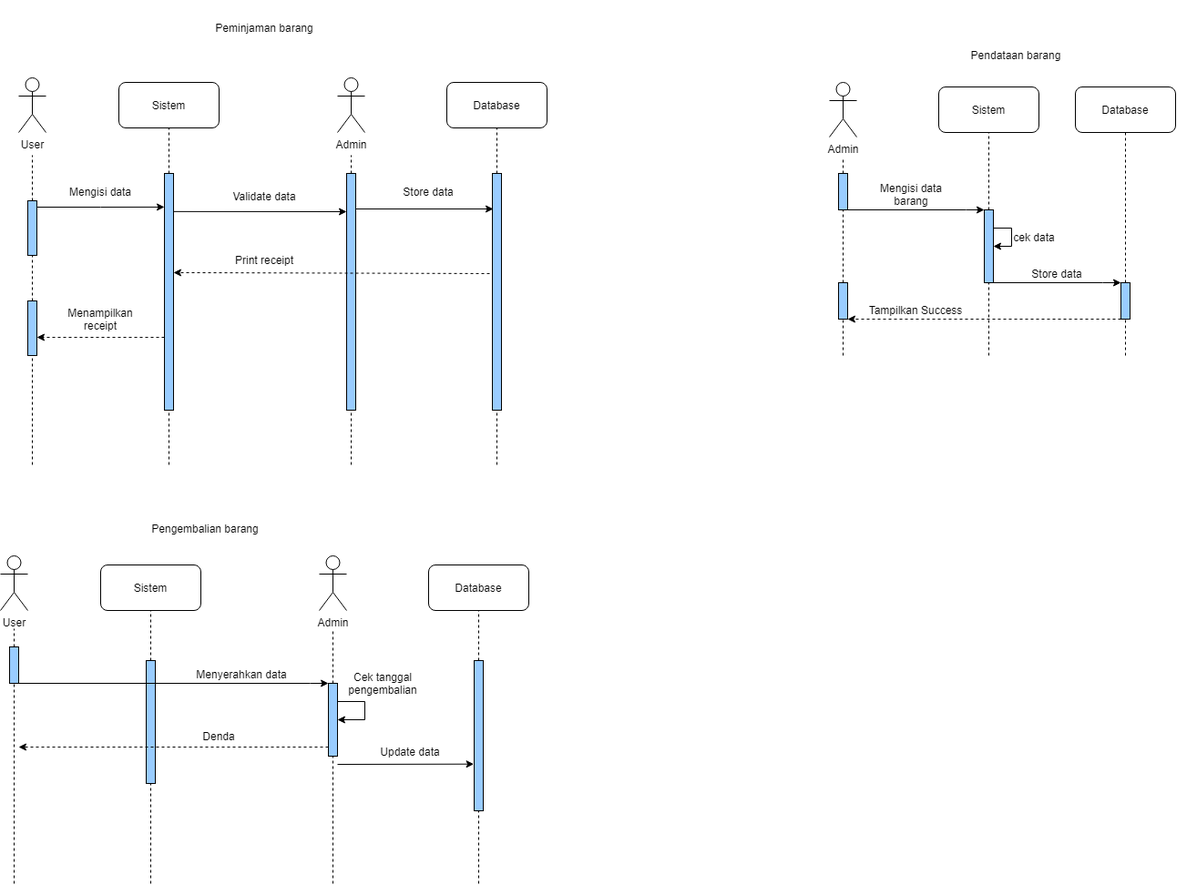
This is diagrams/Sequence Diagram.drawio.png from johannfac/aplikasipeminjamanaset, a draw.io export, as it was before one commit. Source tidied: cells renumbered, new cells last; positions are measured from the earlier drawing's top-left corner, leaving out a move shared by most shapes.
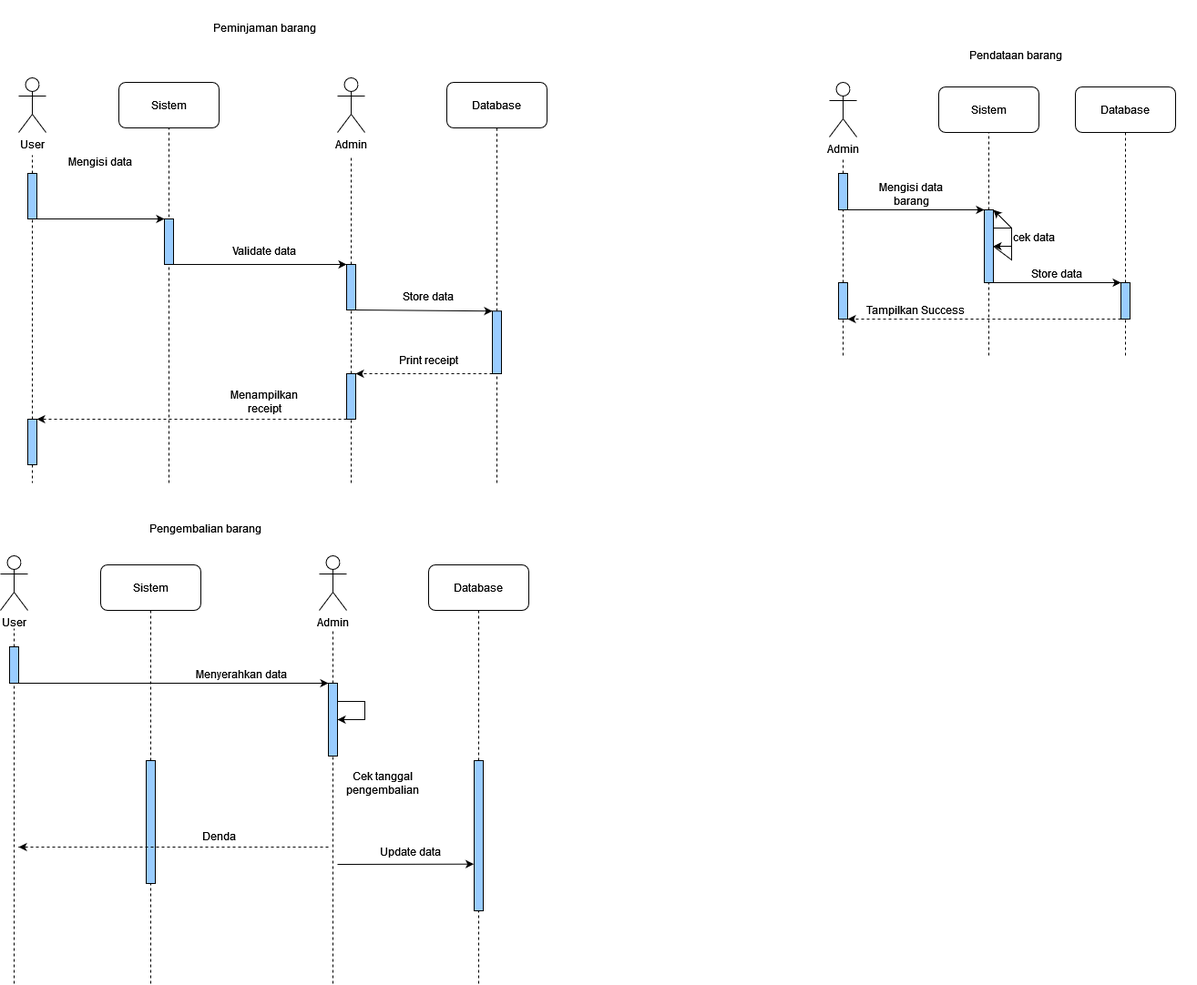
Later version of the same file.

Diff of the diagram source:
```diff
@@ -25,102 +25,77 @@
         <mxPoint x="35" y="170" as="targetPoint" />
       </mxGeometry>
     </mxCell>
-    <mxCell id="9" style="endArrow=none;dashed=1;html=1;rounded=0;entryX=0.5;entryY=1;entryDx=0;entryDy=0;startArrow=none;" parent="1" edge="1" source="17">
+    <mxCell id="9" style="endArrow=none;dashed=1;html=1;rounded=0;entryX=0.5;entryY=1;entryDx=0;entryDy=0;startArrow=none;" parent="1" edge="1">
       <mxGeometry relative="1" as="geometry">
+        <mxPoint x="185" y="250" as="sourcePoint" />
         <mxPoint x="185" y="140" as="targetPoint" />
       </mxGeometry>
     </mxCell>
-    <mxCell id="10" style="endArrow=none;dashed=1;html=1;rounded=0;startArrow=none;" parent="1" edge="1" source="19">
+    <mxCell id="10" style="endArrow=none;dashed=1;html=1;rounded=0;startArrow=none;exitX=0.5;exitY=0;exitDx=0;exitDy=0;" parent="1" edge="1" source="83">
       <mxGeometry relative="1" as="geometry">
         <mxPoint x="385" y="170" as="targetPoint" />
       </mxGeometry>
     </mxCell>
-    <mxCell id="11" style="endArrow=none;dashed=1;html=1;rounded=0;entryX=0.5;entryY=1;entryDx=0;entryDy=0;startArrow=none;" parent="1" edge="1" source="12" target="5">
+    <mxCell id="11" style="endArrow=none;dashed=1;html=1;rounded=0;entryX=0.5;entryY=1;entryDx=0;entryDy=0;startArrow=none;exitX=0.5;exitY=0;exitDx=0;exitDy=0;" parent="1" edge="1" source="84" target="5">
       <mxGeometry relative="1" as="geometry" />
     </mxCell>
-    <mxCell id="12" style="rounded=0;whiteSpace=wrap;html=1;fillColor=#99CCFF;" parent="1" vertex="1">
-      <mxGeometry x="540" y="190" width="10" height="260" as="geometry" />
-    </mxCell>
-    <mxCell id="13" style="endArrow=none;dashed=1;html=1;rounded=0;entryX=0.5;entryY=1;entryDx=0;entryDy=0;" parent="1" edge="1" target="12">
+    <mxCell id="13" style="endArrow=none;dashed=1;html=1;rounded=0;entryX=0.5;entryY=1;entryDx=0;entryDy=0;" parent="1" edge="1" target="84">
       <mxGeometry relative="1" as="geometry">
-        <mxPoint x="545" y="510" as="sourcePoint" />
+        <mxPoint x="545" y="530" as="sourcePoint" />
       </mxGeometry>
     </mxCell>
-    <mxCell id="14" style="edgeStyle=orthogonalEdgeStyle;rounded=0;jettySize=auto;html=1;entryX=0;entryY=0.142;entryDx=0;entryDy=0;entryPerimeter=0;" parent="1" edge="1" target="17">
-      <mxGeometry relative="1" as="geometry">
-        <mxPoint x="40" y="227" as="sourcePoint" />
-      </mxGeometry>
-    </mxCell>
     <mxCell id="15" style="rounded=0;whiteSpace=wrap;html=1;fillColor=#99CCFF;" parent="1" vertex="1">
-      <mxGeometry x="30" y="220" width="10" height="60" as="geometry" />
+      <mxGeometry x="30" y="190" width="10" height="50" as="geometry" />
     </mxCell>
-    <mxCell id="16" style="endArrow=none;dashed=1;html=1;rounded=0;startArrow=none;" parent="1" edge="1" source="26" target="15">
+    <mxCell id="16" style="endArrow=none;dashed=1;html=1;rounded=0;startArrow=none;exitX=0.5;exitY=0;exitDx=0;exitDy=0;" parent="1" edge="1" source="87" target="15">
       <mxGeometry relative="1" as="geometry" />
     </mxCell>
-    <mxCell id="17" style="rounded=0;whiteSpace=wrap;html=1;fillColor=#99CCFF;" parent="1" vertex="1">
-      <mxGeometry x="180" y="190" width="10" height="260" as="geometry" />
-    </mxCell>
-    <mxCell id="18" style="endArrow=none;dashed=1;html=1;rounded=0;entryX=0.5;entryY=1;entryDx=0;entryDy=0;" parent="1" edge="1" target="17">
+    <mxCell id="18" style="endArrow=none;dashed=1;html=1;rounded=0;entryX=0.5;entryY=1;entryDx=0;entryDy=0;" parent="1" edge="1" target="82">
       <mxGeometry relative="1" as="geometry">
-        <mxPoint x="185" y="510" as="sourcePoint" />
+        <mxPoint x="185" y="530" as="sourcePoint" />
       </mxGeometry>
     </mxCell>
-    <mxCell id="19" style="rounded=0;whiteSpace=wrap;html=1;fillColor=#99CCFF;" parent="1" vertex="1">
-      <mxGeometry x="380" y="190" width="10" height="260" as="geometry" />
-    </mxCell>
-    <mxCell id="20" style="endArrow=none;dashed=1;html=1;rounded=0;entryX=0.5;entryY=1;entryDx=0;entryDy=0;" parent="1" edge="1" target="19">
+    <mxCell id="20" style="endArrow=none;dashed=1;html=1;rounded=0;entryX=0.5;entryY=1;entryDx=0;entryDy=0;" parent="1" edge="1">
       <mxGeometry relative="1" as="geometry">
-        <mxPoint x="385" y="510" as="sourcePoint" />
+        <mxPoint x="385" y="530" as="sourcePoint" />
+        <mxPoint x="385" y="450" as="targetPoint" />
       </mxGeometry>
     </mxCell>
     <mxCell id="21" value="Mengisi data" style="text;html=1;strokeColor=none;fillColor=none;align=center;verticalAlign=middle;whiteSpace=wrap;rounded=0;" parent="1" vertex="1">
-      <mxGeometry x="60" y="200" width="100" height="20" as="geometry" />
+      <mxGeometry x="60" y="166.9" width="100" height="20" as="geometry" />
     </mxCell>
-    <mxCell id="22" style="endArrow=classic;html=1;rounded=0;exitX=1;exitY=0.161;exitDx=0;exitDy=0;exitPerimeter=0;" parent="1" edge="1" source="17">
-      <mxGeometry relative="1" as="geometry">
-        <mxPoint x="380" y="232" as="targetPoint" />
-      </mxGeometry>
+    <mxCell id="22" style="endArrow=classic;html=1;rounded=0;exitX=1;exitY=1;exitDx=0;exitDy=0;entryX=0;entryY=0;entryDx=0;entryDy=0;" parent="1" edge="1" source="82" target="83">
+      <mxGeometry relative="1" as="geometry" />
     </mxCell>
     <mxCell id="23" value="Store data" style="text;html=1;strokeColor=none;fillColor=none;align=center;verticalAlign=middle;whiteSpace=wrap;rounded=0;" parent="1" vertex="1">
-      <mxGeometry x="420" y="195" width="100" height="30" as="geometry" />
+      <mxGeometry x="420" y="310" width="100" height="30" as="geometry" />
     </mxCell>
     <mxCell id="24" value="Validate data" style="text;html=1;strokeColor=none;fillColor=none;align=center;verticalAlign=middle;whiteSpace=wrap;rounded=0;" parent="1" vertex="1">
-      <mxGeometry x="240" y="200" width="100" height="30" as="geometry" />
+      <mxGeometry x="240" y="260" width="100" height="30" as="geometry" />
     </mxCell>
-    <mxCell id="25" style="endArrow=classic;html=1;rounded=0;entryX=0.1;entryY=0.15;entryDx=0;entryDy=0;entryPerimeter=0;exitX=1;exitY=0.15;exitDx=0;exitDy=0;exitPerimeter=0;" parent="1" edge="1" source="19" target="12">
+    <mxCell id="25" style="endArrow=classic;html=1;rounded=0;exitX=1;exitY=1;exitDx=0;exitDy=0;entryX=0;entryY=0;entryDx=0;entryDy=0;" parent="1" edge="1" source="83" target="84">
       <mxGeometry relative="1" as="geometry" />
     </mxCell>
-    <mxCell id="26" style="rounded=0;whiteSpace=wrap;html=1;fillColor=#99CCFF;" parent="1" vertex="1">
-      <mxGeometry x="30" y="330" width="10" height="60" as="geometry" />
-    </mxCell>
     <mxCell id="27" value="Sistem" style="rounded=1;whiteSpace=wrap;html=1;" parent="1" vertex="1">
       <mxGeometry x="1030" y="95" width="110" height="50" as="geometry" />
     </mxCell>
-    <mxCell id="28" style="endArrow=none;dashed=1;html=1;rounded=0;" parent="1" edge="1" target="26">
-      <mxGeometry relative="1" as="geometry">
-        <mxPoint x="35" y="510" as="sourcePoint" />
-      </mxGeometry>
-    </mxCell>
     <mxCell id="29" value="Database" style="rounded=1;whiteSpace=wrap;html=1;" parent="1" vertex="1">
       <mxGeometry x="1180" y="95" width="110" height="50" as="geometry" />
     </mxCell>
     <mxCell id="30" value="Print receipt" style="text;html=1;strokeColor=none;fillColor=none;align=center;verticalAlign=middle;whiteSpace=wrap;rounded=0;" parent="1" vertex="1">
-      <mxGeometry x="240" y="270" width="100" height="30" as="geometry" />
+      <mxGeometry x="420" y="380" width="100" height="30" as="geometry" />
     </mxCell>
-    <mxCell id="31" style="endArrow=classic;html=1;rounded=0;exitX=-0.3;exitY=0.423;exitDx=0;exitDy=0;exitPerimeter=0;dashed=1;entryX=1;entryY=0.419;entryDx=0;entryDy=0;entryPerimeter=0;" parent="1" edge="1" source="12" target="17">
+    <mxCell id="31" style="endArrow=classic;html=1;rounded=0;dashed=1;entryX=1;entryY=0;entryDx=0;entryDy=0;exitX=0;exitY=1;exitDx=0;exitDy=0;" parent="1" edge="1" source="84" target="85">
       <mxGeometry relative="1" as="geometry" />
     </mxCell>
     <mxCell id="32" value="Admin" style="shape=umlActor;verticalLabelPosition=bottom;verticalAlign=top;html=1;" parent="1" vertex="1">
       <mxGeometry x="910" y="90" width="30" height="60" as="geometry" />
     </mxCell>
     <mxCell id="33" value="Menampilkan receipt" style="text;html=1;strokeColor=none;fillColor=none;align=center;verticalAlign=middle;whiteSpace=wrap;rounded=0;" parent="1" vertex="1">
-      <mxGeometry x="60" y="330" width="100" height="40" as="geometry" />
+      <mxGeometry x="240" y="421.2" width="100" height="40" as="geometry" />
     </mxCell>
-    <mxCell id="34" style="endArrow=classic;html=1;rounded=0;dashed=1;" parent="1" edge="1">
-      <mxGeometry relative="1" as="geometry">
-        <mxPoint x="180" y="370" as="sourcePoint" />
-        <mxPoint x="40" y="370" as="targetPoint" />
-      </mxGeometry>
+    <mxCell id="34" style="endArrow=classic;html=1;rounded=0;dashed=1;exitX=0;exitY=1;exitDx=0;exitDy=0;entryX=1;entryY=0;entryDx=0;entryDy=0;" parent="1" edge="1" source="85" target="87">
+      <mxGeometry relative="1" as="geometry" />
     </mxCell>
     <mxCell id="35" style="endArrow=none;dashed=1;html=1;rounded=0;startArrow=none;" parent="1" edge="1" source="39">
       <mxGeometry relative="1" as="geometry">
@@ -139,14 +114,6 @@
         <mxPoint x="1235" y="145" as="targetPoint" />
       </mxGeometry>
     </mxCell>
-    <mxCell id="38" style="edgeStyle=orthogonalEdgeStyle;rounded=0;jettySize=auto;html=1;exitX=1;exitY=1;exitDx=0;exitDy=0;entryX=0;entryY=0;entryDx=0;entryDy=0;" parent="1" edge="1" source="39" target="42">
-      <mxGeometry relative="1" as="geometry">
-        <Array as="points">
-          <mxPoint x="1060" y="230" />
-          <mxPoint x="1060" y="230" />
-        </Array>
-      </mxGeometry>
-    </mxCell>
     <mxCell id="39" style="rounded=0;whiteSpace=wrap;html=1;fillColor=#99CCFF;" parent="1" vertex="1">
       <mxGeometry x="920" y="190" width="10" height="40" as="geometry" />
     </mxCell>
@@ -170,14 +137,6 @@
     <mxCell id="44" style="edgeStyle=orthogonalEdgeStyle;rounded=0;orthogonalLoop=1;jettySize=auto;html=1;exitX=0.5;exitY=1;exitDx=0;exitDy=0;dashed=1;" parent="1" edge="1" source="43" target="43">
       <mxGeometry relative="1" as="geometry" />
     </mxCell>
-    <mxCell id="45" style="edgeStyle=orthogonalEdgeStyle;rounded=0;jettySize=auto;html=1;entryX=0;entryY=0;entryDx=0;entryDy=0;exitX=1;exitY=1;exitDx=0;exitDy=0;" parent="1" edge="1" source="42" target="48">
-      <mxGeometry relative="1" as="geometry">
-        <Array as="points">
-          <mxPoint x="1210" y="310" />
-          <mxPoint x="1210" y="310" />
-        </Array>
-      </mxGeometry>
-    </mxCell>
     <mxCell id="46" value="Store data" style="text;html=1;strokeColor=none;fillColor=none;align=center;verticalAlign=middle;whiteSpace=wrap;rounded=0;" parent="1" vertex="1">
       <mxGeometry x="1130" y="290" width="60" height="20" as="geometry" />
     </mxCell>
@@ -254,11 +213,11 @@
       <mxGeometry relative="1" as="geometry" />
     </mxCell>
     <mxCell id="65" style="rounded=0;whiteSpace=wrap;html=1;fillColor=#99CCFF;" parent="1" vertex="1">
-      <mxGeometry x="520" y="725" width="10" height="165" as="geometry" />
+      <mxGeometry x="520" y="835" width="10" height="165" as="geometry" />
     </mxCell>
     <mxCell id="66" style="endArrow=none;dashed=1;html=1;rounded=0;entryX=0.5;entryY=1;entryDx=0;entryDy=0;" parent="1" edge="1" target="65">
       <mxGeometry relative="1" as="geometry">
-        <mxPoint x="525" y="970" as="sourcePoint" />
+        <mxPoint x="525" y="1080" as="sourcePoint" />
       </mxGeometry>
     </mxCell>
     <mxCell id="67" style="rounded=0;whiteSpace=wrap;html=1;fillColor=#99CCFF;" parent="1" vertex="1">
@@ -266,15 +225,15 @@
     </mxCell>
     <mxCell id="68" style="endArrow=none;dashed=1;html=1;rounded=0;startArrow=none;" parent="1" edge="1" target="67">
       <mxGeometry relative="1" as="geometry">
-        <mxPoint x="15" y="970" as="sourcePoint" />
+        <mxPoint x="15" y="1080" as="sourcePoint" />
       </mxGeometry>
     </mxCell>
     <mxCell id="69" style="rounded=0;whiteSpace=wrap;html=1;fillColor=#99CCFF;" parent="1" vertex="1">
-      <mxGeometry x="160" y="725" width="10" height="135" as="geometry" />
+      <mxGeometry x="160" y="835" width="10" height="135" as="geometry" />
     </mxCell>
     <mxCell id="70" style="endArrow=none;dashed=1;html=1;rounded=0;entryX=0.5;entryY=1;entryDx=0;entryDy=0;" parent="1" edge="1" target="69">
       <mxGeometry relative="1" as="geometry">
-        <mxPoint x="165" y="970" as="sourcePoint" />
+        <mxPoint x="165" y="1080" as="sourcePoint" />
       </mxGeometry>
     </mxCell>
     <mxCell id="71" style="rounded=0;whiteSpace=wrap;html=1;fillColor=#99CCFF;" parent="1" vertex="1">
@@ -282,7 +241,7 @@
     </mxCell>
     <mxCell id="72" style="endArrow=none;dashed=1;html=1;rounded=0;entryX=0.5;entryY=1;entryDx=0;entryDy=0;" parent="1" edge="1" target="71">
       <mxGeometry relative="1" as="geometry">
-        <mxPoint x="365" y="970" as="sourcePoint" />
+        <mxPoint x="365" y="1080" as="sourcePoint" />
       </mxGeometry>
     </mxCell>
     <mxCell id="73" value="Menyerahkan data" style="text;html=1;strokeColor=none;fillColor=none;align=center;verticalAlign=middle;whiteSpace=wrap;rounded=0;" parent="1" vertex="1">
@@ -300,23 +259,23 @@
       <mxGeometry x="115" y="550" width="220" height="60" as="geometry" />
     </mxCell>
     <mxCell id="76" value="Cek tanggal pengembalian" style="text;html=1;strokeColor=none;fillColor=none;align=center;verticalAlign=middle;whiteSpace=wrap;rounded=0;" parent="1" vertex="1">
-      <mxGeometry x="370" y="735" width="100" height="30" as="geometry" />
+      <mxGeometry x="370" y="845" width="100" height="30" as="geometry" />
     </mxCell>
     <mxCell id="77" style="endArrow=classic;html=1;rounded=0;dashed=1;entryX=1;entryY=0.419;entryDx=0;entryDy=0;entryPerimeter=0;" parent="1" edge="1">
       <mxGeometry relative="1" as="geometry">
-        <mxPoint x="360" y="820" as="sourcePoint" />
-        <mxPoint x="20" y="820" as="targetPoint" />
+        <mxPoint x="360" y="930" as="sourcePoint" />
+        <mxPoint x="20" y="930" as="targetPoint" />
       </mxGeometry>
     </mxCell>
     <mxCell id="78" value="Denda" style="text;html=1;strokeColor=none;fillColor=none;align=center;verticalAlign=middle;whiteSpace=wrap;rounded=0;" parent="1" vertex="1">
-      <mxGeometry x="170" y="797.5" width="140" height="20" as="geometry" />
+      <mxGeometry x="170" y="907.5" width="140" height="20" as="geometry" />
     </mxCell>
     <mxCell id="79" value="Update data" style="text;html=1;strokeColor=none;fillColor=none;align=center;verticalAlign=middle;whiteSpace=wrap;rounded=0;" parent="1" vertex="1">
-      <mxGeometry x="400" y="810" width="100" height="30" as="geometry" />
+      <mxGeometry x="400" y="920" width="100" height="30" as="geometry" />
     </mxCell>
     <mxCell id="80" style="endArrow=classic;html=1;rounded=0;entryX=-0.038;entryY=0.689;entryDx=0;entryDy=0;entryPerimeter=0;" parent="1" edge="1" target="65">
       <mxGeometry relative="1" as="geometry">
-        <mxPoint x="370" y="839" as="sourcePoint" />
+        <mxPoint x="370" y="949" as="sourcePoint" />
       </mxGeometry>
     </mxCell>
     <mxCell id="81" style="edgeStyle=orthogonalEdgeStyle;rounded=0;jettySize=auto;html=1;exitX=1;exitY=1;exitDx=0;exitDy=0;entryX=0;entryY=0;entryDx=0;entryDy=0;" parent="1" edge="1" source="67" target="71">
@@ -327,5 +286,45 @@
         </Array>
       </mxGeometry>
     </mxCell>
+    <mxCell id="82" style="rounded=0;whiteSpace=wrap;html=1;fillColor=#99CCFF;" parent="1" vertex="1">
+      <mxGeometry x="180" y="240" width="10" height="50" as="geometry" />
+    </mxCell>
+    <mxCell id="83" style="rounded=0;whiteSpace=wrap;html=1;fillColor=#99CCFF;" parent="1" vertex="1">
+      <mxGeometry x="380" y="290" width="10" height="50" as="geometry" />
+    </mxCell>
+    <mxCell id="84" style="rounded=0;whiteSpace=wrap;html=1;fillColor=#99CCFF;" parent="1" vertex="1">
+      <mxGeometry x="540" y="341.2" width="10" height="68.8" as="geometry" />
+    </mxCell>
+    <mxCell id="85" style="rounded=0;whiteSpace=wrap;html=1;fillColor=#99CCFF;" parent="1" vertex="1">
+      <mxGeometry x="380" y="410" width="10" height="50" as="geometry" />
+    </mxCell>
+    <mxCell id="86" style="endArrow=none;dashed=1;html=1;rounded=0;entryX=0.5;entryY=1;entryDx=0;entryDy=0;exitX=0.5;exitY=0;exitDx=0;exitDy=0;" parent="1" edge="1" source="85" target="83">
+      <mxGeometry relative="1" as="geometry" />
+    </mxCell>
+    <mxCell id="87" style="rounded=0;whiteSpace=wrap;html=1;fillColor=#99CCFF;" parent="1" vertex="1">
+      <mxGeometry x="30" y="460" width="10" height="50" as="geometry" />
+    </mxCell>
+    <mxCell id="88" style="endArrow=none;dashed=1;html=1;rounded=0;startArrow=none;exitX=0.5;exitY=1;exitDx=0;exitDy=0;" parent="1" edge="1" source="87">
+      <mxGeometry relative="1" as="geometry">
+        <mxPoint x="35" y="530" as="targetPoint" />
+      </mxGeometry>
+    </mxCell>
+    <mxCell id="38" style="endArrow=classic;html=1;rounded=0;exitX=1;exitY=1;exitDx=0;exitDy=0;entryX=0;entryY=0;entryDx=0;entryDy=0;" parent="1" edge="1" source="39" target="42">
+      <mxGeometry relative="1" as="geometry" />
+    </mxCell>
+    <mxCell id="45" style="endArrow=classic;html=1;rounded=0;exitX=1;exitY=1;exitDx=0;exitDy=0;entryX=0;entryY=0;entryDx=0;entryDy=0;" parent="1" edge="1" source="42" target="48">
+      <mxGeometry relative="1" as="geometry" />
+    </mxCell>
+    <mxCell id="89" style="endArrow=classic;html=1;rounded=0;exitX=1;exitY=0.5;exitDx=0;exitDy=0;entryX=1;entryY=0;entryDx=0;entryDy=0;" parent="1" edge="1" source="42" target="42">
+      <mxGeometry relative="1" as="geometry">
+        <Array as="points">
+          <mxPoint x="1110" y="285" />
+          <mxPoint x="1110" y="250" />
+        </Array>
+      </mxGeometry>
+    </mxCell>
+    <mxCell id="90" style="endArrow=classic;html=1;rounded=0;exitX=1;exitY=1;exitDx=0;exitDy=0;entryX=0;entryY=0;entryDx=0;entryDy=0;" parent="1" edge="1" source="15" target="82">
+      <mxGeometry relative="1" as="geometry" />
+    </mxCell>
   </root>
 </mxGraphModel>
```
